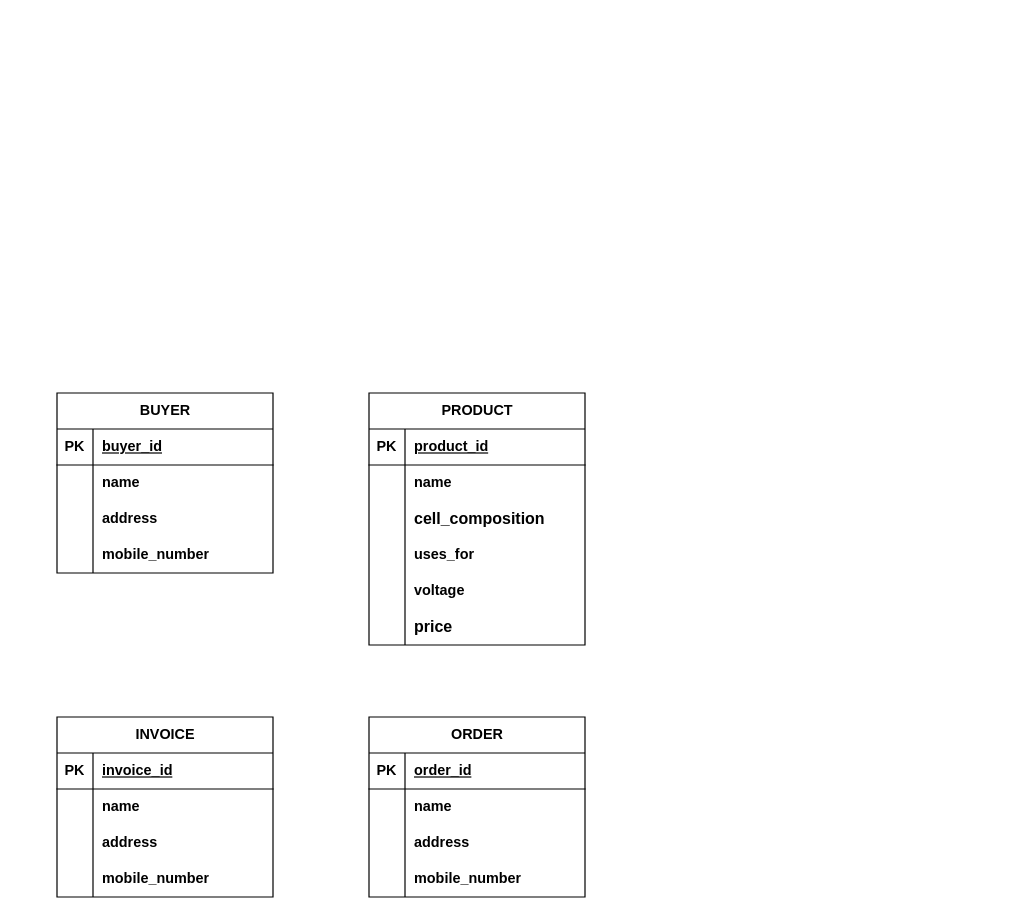
This is page "Page-2" (1 of 2) of relational-database-design/DB1.drawio from qichendev/assignments, a draw.io file, before an edit. Source tidied: cells renumbered, new cells numbered last; positions are measured from the earlier drawing's top-left corner, leaving out a move shared by most shapes. Both pictures are drawn from the tidied source at 120%, with x=0, y=0 at pixel (56, 392).
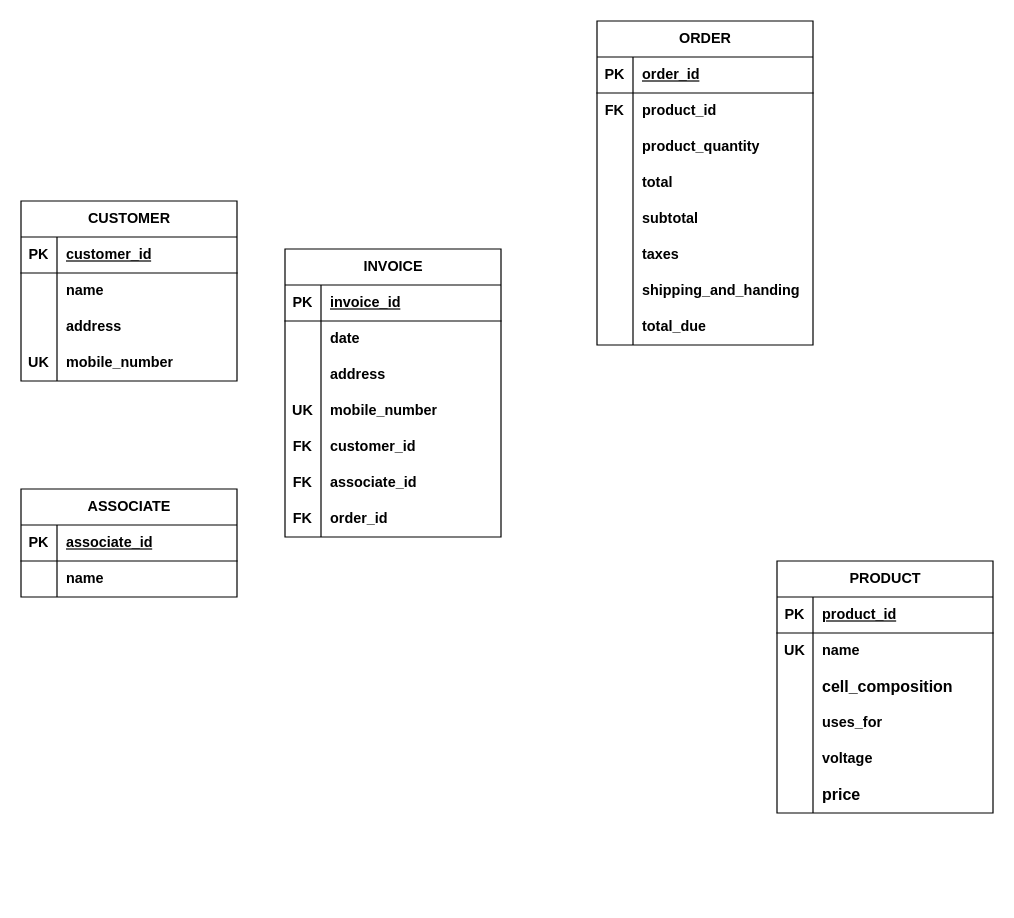
Above is the later version.

Unchanged cells that the change refers to:
```xml
<mxCell id="3" style="shape=tableRow;horizontal=0;startSize=0;swimlaneHead=0;swimlaneBody=0;fillColor=none;top=0;left=0;right=0;bottom=1;" parent="2" vertex="1">
  <mxGeometry y="30" width="180" height="30" as="geometry" />
</mxCell>
<mxCell id="12" style="shape=tableRow;horizontal=0;startSize=0;swimlaneHead=0;swimlaneBody=0;fillColor=none;top=0;left=0;right=0;bottom=0;" parent="2" vertex="1">
  <mxGeometry y="120" width="180" height="30" as="geometry" />
</mxCell>
<mxCell id="19" style="shape=tableRow;horizontal=0;startSize=0;swimlaneHead=0;swimlaneBody=0;fillColor=none;top=0;left=0;right=0;bottom=0;" parent="15" vertex="1">
  <mxGeometry y="60" width="180" height="30" as="geometry" />
</mxCell>
<mxCell id="38" style="shape=tableRow;horizontal=0;startSize=0;swimlaneHead=0;swimlaneBody=0;fillColor=none;top=0;left=0;right=0;bottom=0;" parent="34" vertex="1">
  <mxGeometry y="60" width="180" height="30" as="geometry" />
</mxCell>
<mxCell id="44" style="shape=tableRow;horizontal=0;startSize=0;swimlaneHead=0;swimlaneBody=0;fillColor=none;top=0;left=0;right=0;bottom=0;" parent="34" vertex="1">
  <mxGeometry y="120" width="180" height="30" as="geometry" />
</mxCell>
<mxCell id="51" style="shape=tableRow;horizontal=0;startSize=0;swimlaneHead=0;swimlaneBody=0;fillColor=none;top=0;left=0;right=0;bottom=0;" parent="47" vertex="1">
  <mxGeometry y="60" width="180" height="30" as="geometry" />
</mxCell>
<mxCell id="54" style="shape=tableRow;horizontal=0;startSize=0;swimlaneHead=0;swimlaneBody=0;fillColor=none;top=0;left=0;right=0;bottom=0;" parent="47" vertex="1">
  <mxGeometry y="90" width="180" height="30" as="geometry" />
</mxCell>
<mxCell id="57" style="shape=tableRow;horizontal=0;startSize=0;swimlaneHead=0;swimlaneBody=0;fillColor=none;top=0;left=0;right=0;bottom=0;" parent="47" vertex="1">
  <mxGeometry y="120" width="180" height="30" as="geometry" />
</mxCell>
```

Change to the diagram source:
```diff
@@
-    <mxCell id="2" value="BUYER" style="shape=table;startSize=30;childLayout=tableLayout;rowLines=0;fontStyle=1;align=center;html=1;" parent="1" vertex="1">
-      <mxGeometry width="180" height="150" as="geometry" />
+    <mxCell id="2" value="CUSTOMER" style="shape=table;startSize=30;childLayout=tableLayout;rowLines=0;fontStyle=1;align=center;html=1;" parent="1" vertex="1">
+      <mxGeometry x="-30" y="-160" width="180" height="150" as="geometry" />
     </mxCell>
@@
-    <mxCell id="5" value="buyer_id" style="shape=partialRectangle;fillColor=none;top=0;left=0;bottom=0;right=0;align=left;spacingLeft=6;fontStyle=5;overflow=hidden;whiteSpace=wrap;html=1;" parent="3" vertex="1">
+    <mxCell id="5" value="customer_id" style="shape=partialRectangle;fillColor=none;top=0;left=0;bottom=0;right=0;align=left;spacingLeft=6;fontStyle=5;overflow=hidden;whiteSpace=wrap;html=1;" parent="3" vertex="1">
       <mxGeometry x="30" width="150" height="30" as="geometry" />
     </mxCell>
@@
-    <mxCell id="13" style="shape=partialRectangle;fillColor=none;top=0;left=0;bottom=0;right=0;overflow=hidden;whiteSpace=wrap;html=1;fontStyle=0;" parent="12" vertex="1">
+    <mxCell id="13" value="UK" style="shape=partialRectangle;fillColor=none;top=0;left=0;bottom=0;right=0;overflow=hidden;whiteSpace=wrap;html=1;fontStyle=1;" parent="12" vertex="1">
       <mxGeometry width="30" height="30" as="geometry" />
     </mxCell>
@@
     <mxCell id="15" value="PRODUCT" style="shape=table;startSize=30;childLayout=tableLayout;rowLines=0;fontStyle=1;align=center;html=1;" parent="1" vertex="1">
-      <mxGeometry x="260" width="180" height="210" as="geometry" />
+      <mxGeometry x="600" y="140" width="180" height="210" as="geometry" />
     </mxCell>
@@
-    <mxCell id="20" style="shape=partialRectangle;fillColor=none;top=0;left=0;bottom=0;right=0;overflow=hidden;whiteSpace=wrap;html=1;fontStyle=1;" parent="19" vertex="1">
+    <mxCell id="20" value="UK" style="shape=partialRectangle;fillColor=none;top=0;left=0;bottom=0;right=0;overflow=hidden;whiteSpace=wrap;html=1;fontStyle=1;" parent="19" vertex="1">
       <mxGeometry width="30" height="30" as="geometry" />
     </mxCell>
@@
     <mxCell id="34" value="INVOICE" style="shape=table;startSize=30;childLayout=tableLayout;rowLines=0;fontStyle=1;align=center;html=1;" parent="1" vertex="1">
-      <mxGeometry y="270" width="180" height="150" as="geometry" />
+      <mxGeometry x="190" y="-120" width="180" height="240" as="geometry" />
     </mxCell>
@@
-    <mxCell id="40" value="name" style="shape=partialRectangle;fillColor=none;top=0;left=0;bottom=0;right=0;align=left;spacingLeft=6;overflow=hidden;whiteSpace=wrap;html=1;fontStyle=1;" parent="38" vertex="1">
+    <mxCell id="40" value="date" style="shape=partialRectangle;fillColor=none;top=0;left=0;bottom=0;right=0;align=left;spacingLeft=6;overflow=hidden;whiteSpace=wrap;html=1;fontStyle=1;" parent="38" vertex="1">
       <mxGeometry x="30" width="150" height="30" as="geometry" />
     </mxCell>
@@
-    <mxCell id="45" style="shape=partialRectangle;fillColor=none;top=0;left=0;bottom=0;right=0;overflow=hidden;whiteSpace=wrap;html=1;fontStyle=0;" parent="44" vertex="1">
+    <mxCell id="45" value="UK" style="shape=partialRectangle;fillColor=none;top=0;left=0;bottom=0;right=0;overflow=hidden;whiteSpace=wrap;html=1;fontStyle=1;" parent="44" vertex="1">
       <mxGeometry width="30" height="30" as="geometry" />
     </mxCell>
@@
+    <mxCell id="60" style="shape=tableRow;horizontal=0;startSize=0;swimlaneHead=0;swimlaneBody=0;fillColor=none;top=0;left=0;right=0;bottom=0;" parent="34" vertex="1">
+      <mxGeometry y="150" width="180" height="30" as="geometry" />
+    </mxCell>
+    <mxCell id="61" value="FK" style="shape=partialRectangle;fillColor=none;top=0;left=0;bottom=0;right=0;overflow=hidden;whiteSpace=wrap;html=1;fontStyle=1;" parent="60" vertex="1">
+      <mxGeometry width="30" height="30" as="geometry" />
+    </mxCell>
+    <mxCell id="62" value="customer_id" style="shape=partialRectangle;fillColor=none;top=0;left=0;bottom=0;right=0;align=left;spacingLeft=6;overflow=hidden;whiteSpace=wrap;html=1;fontStyle=1;" parent="60" vertex="1">
+      <mxGeometry x="30" width="150" height="30" as="geometry" />
+    </mxCell>
+    <mxCell id="63" style="shape=tableRow;horizontal=0;startSize=0;swimlaneHead=0;swimlaneBody=0;fillColor=none;top=0;left=0;right=0;bottom=0;" parent="34" vertex="1">
+      <mxGeometry y="180" width="180" height="30" as="geometry" />
+    </mxCell>
+    <mxCell id="64" value="&lt;b&gt;FK&lt;/b&gt;" style="shape=partialRectangle;fillColor=none;top=0;left=0;bottom=0;right=0;overflow=hidden;whiteSpace=wrap;html=1;fontStyle=0;" parent="63" vertex="1">
+      <mxGeometry width="30" height="30" as="geometry" />
+    </mxCell>
+    <mxCell id="65" value="associate_id" style="shape=partialRectangle;fillColor=none;top=0;left=0;bottom=0;right=0;align=left;spacingLeft=6;overflow=hidden;whiteSpace=wrap;html=1;fontStyle=1;" parent="63" vertex="1">
+      <mxGeometry x="30" width="150" height="30" as="geometry" />
+    </mxCell>
+    <mxCell id="66" style="shape=tableRow;horizontal=0;startSize=0;swimlaneHead=0;swimlaneBody=0;fillColor=none;top=0;left=0;right=0;bottom=0;" parent="34" vertex="1">
+      <mxGeometry y="210" width="180" height="30" as="geometry" />
+    </mxCell>
+    <mxCell id="67" value="&lt;b&gt;FK&lt;/b&gt;" style="shape=partialRectangle;fillColor=none;top=0;left=0;bottom=0;right=0;overflow=hidden;whiteSpace=wrap;html=1;fontStyle=0;" parent="66" vertex="1">
+      <mxGeometry width="30" height="30" as="geometry" />
+    </mxCell>
+    <mxCell id="68" value="order_id" style="shape=partialRectangle;fillColor=none;top=0;left=0;bottom=0;right=0;align=left;spacingLeft=6;overflow=hidden;whiteSpace=wrap;html=1;fontStyle=1;" parent="66" vertex="1">
+      <mxGeometry x="30" width="150" height="30" as="geometry" />
+    </mxCell>
     <mxCell id="47" value="ORDER" style="shape=table;startSize=30;childLayout=tableLayout;rowLines=0;fontStyle=1;align=center;html=1;" parent="1" vertex="1">
-      <mxGeometry x="260" y="270" width="180" height="150" as="geometry" />
+      <mxGeometry x="450" y="-310" width="180" height="270" as="geometry" />
     </mxCell>
@@
-    <mxCell id="52" style="shape=partialRectangle;fillColor=none;top=0;left=0;bottom=0;right=0;overflow=hidden;whiteSpace=wrap;html=1;fontStyle=1;" parent="51" vertex="1">
+    <mxCell id="52" value="FK" style="shape=partialRectangle;fillColor=none;top=0;left=0;bottom=0;right=0;overflow=hidden;whiteSpace=wrap;html=1;fontStyle=1;" parent="51" vertex="1">
       <mxGeometry width="30" height="30" as="geometry" />
     </mxCell>
-    <mxCell id="53" value="name" style="shape=partialRectangle;fillColor=none;top=0;left=0;bottom=0;right=0;align=left;spacingLeft=6;overflow=hidden;whiteSpace=wrap;html=1;fontStyle=1;" parent="51" vertex="1">
+    <mxCell id="53" value="product_id" style="shape=partialRectangle;fillColor=none;top=0;left=0;bottom=0;right=0;align=left;spacingLeft=6;overflow=hidden;whiteSpace=wrap;html=1;fontStyle=1;" parent="51" vertex="1">
       <mxGeometry x="30" width="150" height="30" as="geometry" />
     </mxCell>
@@
-    <mxCell id="56" value="address" style="shape=partialRectangle;fillColor=none;top=0;left=0;bottom=0;right=0;align=left;spacingLeft=6;overflow=hidden;whiteSpace=wrap;html=1;fontStyle=1;" parent="54" vertex="1">
+    <mxCell id="56" value="product_quantity" style="shape=partialRectangle;fillColor=none;top=0;left=0;bottom=0;right=0;align=left;spacingLeft=6;overflow=hidden;whiteSpace=wrap;html=1;fontStyle=1;" parent="54" vertex="1">
       <mxGeometry x="30" width="150" height="30" as="geometry" />
     </mxCell>
@@
-    <mxCell id="59" value="mobile_number" style="shape=partialRectangle;fillColor=none;top=0;left=0;bottom=0;right=0;align=left;spacingLeft=6;overflow=hidden;whiteSpace=wrap;html=1;fontStyle=1;" parent="57" vertex="1">
+    <mxCell id="59" value="total" style="shape=partialRectangle;fillColor=none;top=0;left=0;bottom=0;right=0;align=left;spacingLeft=6;overflow=hidden;whiteSpace=wrap;html=1;fontStyle=1;" parent="57" vertex="1">
       <mxGeometry x="30" width="150" height="30" as="geometry" />
     </mxCell>
+    <mxCell id="69" style="shape=tableRow;horizontal=0;startSize=0;swimlaneHead=0;swimlaneBody=0;fillColor=none;top=0;left=0;right=0;bottom=0;" parent="47" vertex="1">
+      <mxGeometry y="150" width="180" height="30" as="geometry" />
+    </mxCell>
+    <mxCell id="70" style="shape=partialRectangle;fillColor=none;top=0;left=0;bottom=0;right=0;overflow=hidden;whiteSpace=wrap;html=1;fontStyle=0;" parent="69" vertex="1">
+      <mxGeometry width="30" height="30" as="geometry" />
+    </mxCell>
+    <mxCell id="71" value="subtotal" style="shape=partialRectangle;fillColor=none;top=0;left=0;bottom=0;right=0;align=left;spacingLeft=6;overflow=hidden;whiteSpace=wrap;html=1;fontStyle=1;" parent="69" vertex="1">
+      <mxGeometry x="30" width="150" height="30" as="geometry" />
+    </mxCell>
+    <mxCell id="72" style="shape=tableRow;horizontal=0;startSize=0;swimlaneHead=0;swimlaneBody=0;fillColor=none;top=0;left=0;right=0;bottom=0;" parent="47" vertex="1">
+      <mxGeometry y="180" width="180" height="30" as="geometry" />
+    </mxCell>
+    <mxCell id="73" style="shape=partialRectangle;fillColor=none;top=0;left=0;bottom=0;right=0;overflow=hidden;whiteSpace=wrap;html=1;fontStyle=0;" parent="72" vertex="1">
+      <mxGeometry width="30" height="30" as="geometry" />
+    </mxCell>
+    <mxCell id="74" value="taxes" style="shape=partialRectangle;fillColor=none;top=0;left=0;bottom=0;right=0;align=left;spacingLeft=6;overflow=hidden;whiteSpace=wrap;html=1;fontStyle=1;" parent="72" vertex="1">
+      <mxGeometry x="30" width="150" height="30" as="geometry" />
+    </mxCell>
+    <mxCell id="75" style="shape=tableRow;horizontal=0;startSize=0;swimlaneHead=0;swimlaneBody=0;fillColor=none;top=0;left=0;right=0;bottom=0;" parent="47" vertex="1">
+      <mxGeometry y="210" width="180" height="30" as="geometry" />
+    </mxCell>
+    <mxCell id="76" style="shape=partialRectangle;fillColor=none;top=0;left=0;bottom=0;right=0;overflow=hidden;whiteSpace=wrap;html=1;fontStyle=0;" parent="75" vertex="1">
+      <mxGeometry width="30" height="30" as="geometry" />
+    </mxCell>
+    <mxCell id="77" value="shipping_and_handing" style="shape=partialRectangle;fillColor=none;top=0;left=0;bottom=0;right=0;align=left;spacingLeft=6;overflow=hidden;whiteSpace=wrap;html=1;fontStyle=1;" parent="75" vertex="1">
+      <mxGeometry x="30" width="150" height="30" as="geometry" />
+    </mxCell>
+    <mxCell id="78" style="shape=tableRow;horizontal=0;startSize=0;swimlaneHead=0;swimlaneBody=0;fillColor=none;top=0;left=0;right=0;bottom=0;" parent="47" vertex="1">
+      <mxGeometry y="240" width="180" height="30" as="geometry" />
+    </mxCell>
+    <mxCell id="79" style="shape=partialRectangle;fillColor=none;top=0;left=0;bottom=0;right=0;overflow=hidden;whiteSpace=wrap;html=1;fontStyle=0;" parent="78" vertex="1">
+      <mxGeometry width="30" height="30" as="geometry" />
+    </mxCell>
+    <mxCell id="80" value="total_due" style="shape=partialRectangle;fillColor=none;top=0;left=0;bottom=0;right=0;align=left;spacingLeft=6;overflow=hidden;whiteSpace=wrap;html=1;fontStyle=1;" parent="78" vertex="1">
+      <mxGeometry x="30" width="150" height="30" as="geometry" />
+    </mxCell>
+    <mxCell id="81" value="ASSOCIATE" style="shape=table;startSize=30;childLayout=tableLayout;rowLines=0;fontStyle=1;align=center;html=1;" parent="1" vertex="1">
+      <mxGeometry x="-30" y="80" width="180" height="90" as="geometry" />
+    </mxCell>
+    <mxCell id="82" style="shape=tableRow;horizontal=0;startSize=0;swimlaneHead=0;swimlaneBody=0;fillColor=none;top=0;left=0;right=0;bottom=1;" parent="81" vertex="1">
+      <mxGeometry y="30" width="180" height="30" as="geometry" />
+    </mxCell>
+    <mxCell id="83" value="PK" style="shape=partialRectangle;fillColor=none;top=0;left=0;bottom=0;right=0;fontStyle=1;overflow=hidden;whiteSpace=wrap;html=1;" parent="82" vertex="1">
+      <mxGeometry width="30" height="30" as="geometry" />
+    </mxCell>
+    <mxCell id="84" value="associate_id" style="shape=partialRectangle;fillColor=none;top=0;left=0;bottom=0;right=0;align=left;spacingLeft=6;fontStyle=5;overflow=hidden;whiteSpace=wrap;html=1;" parent="82" vertex="1">
+      <mxGeometry x="30" width="150" height="30" as="geometry" />
+    </mxCell>
+    <mxCell id="85" style="shape=tableRow;horizontal=0;startSize=0;swimlaneHead=0;swimlaneBody=0;fillColor=none;top=0;left=0;right=0;bottom=0;" parent="81" vertex="1">
+      <mxGeometry y="60" width="180" height="30" as="geometry" />
+    </mxCell>
+    <mxCell id="86" style="shape=partialRectangle;fillColor=none;top=0;left=0;bottom=0;right=0;overflow=hidden;whiteSpace=wrap;html=1;fontStyle=1;" parent="85" vertex="1">
+      <mxGeometry width="30" height="30" as="geometry" />
+    </mxCell>
+    <mxCell id="87" value="name" style="shape=partialRectangle;fillColor=none;top=0;left=0;bottom=0;right=0;align=left;spacingLeft=6;overflow=hidden;whiteSpace=wrap;html=1;fontStyle=1;" parent="85" vertex="1">
+      <mxGeometry x="30" width="150" height="30" as="geometry" />
+    </mxCell>
```
